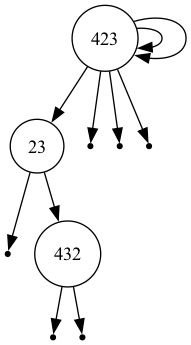
The Graphviz diagram tree.png in SharQawyCS/Optimal-Binary-Search-Tree, before a commit. Its source is kept beside it as tree.dot.
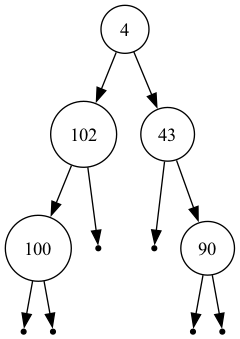
The same file after the commit.

Diff of the diagram source:
```diff
@@ -1,19 +1,19 @@
 digraph OBST {
   node [shape=circle];
-  "423" -> "23";
+  "4" -> "102";
+  "102" -> "100";
   null0 [shape=point];
-  "23" -> null0;
-  "23" -> "432";
+  "100" -> null0;
   null1 [shape=point];
-  "432" -> null1;
+  "100" -> null1;
   null2 [shape=point];
-  "432" -> null2;
-  "423" -> "423";
+  "102" -> null2;
+  "4" -> "43";
   null3 [shape=point];
-  "423" -> null3;
-  "423" -> "423";
+  "43" -> null3;
+  "43" -> "90";
   null4 [shape=point];
-  "423" -> null4;
+  "90" -> null4;
   null5 [shape=point];
-  "423" -> null5;
+  "90" -> null5;
 }
```
